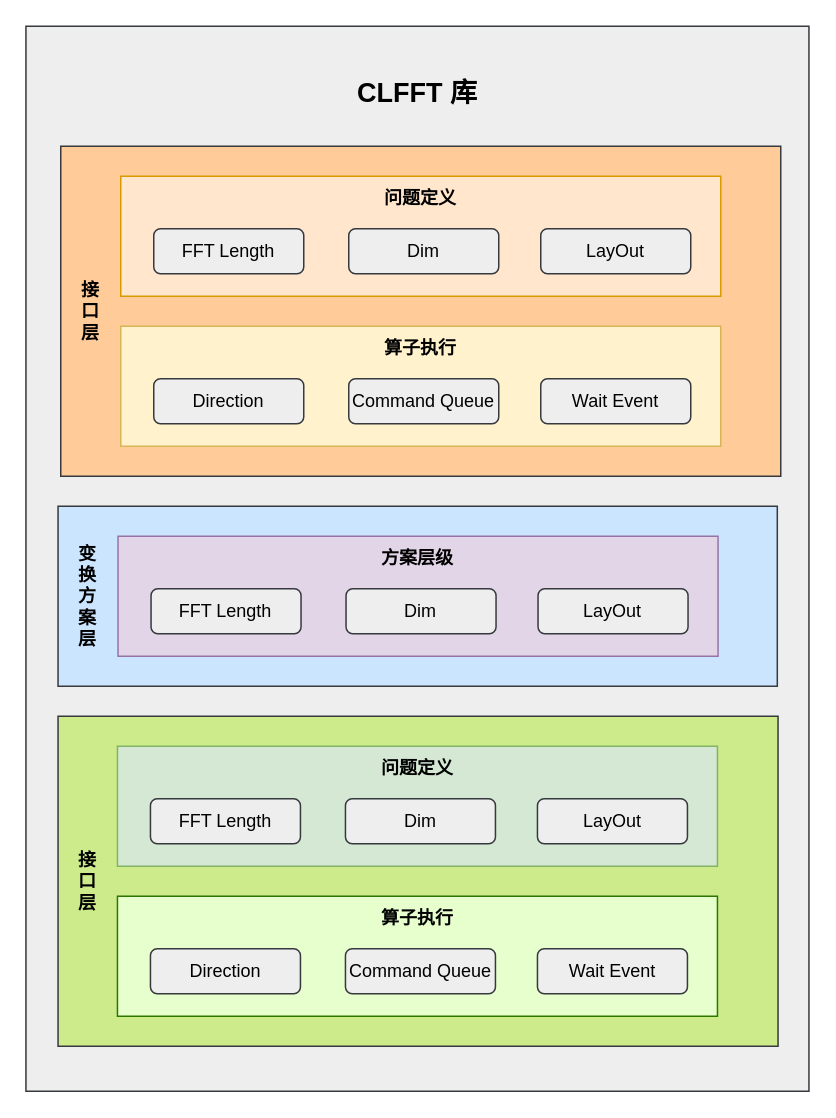
The draw.io diagram 未命名绘图.drawio in nkzwchen/DrawIo, before the edit. Source tidied: cells renumbered, new cells numbered last; positions are measured from the earlier drawing's top-left corner, leaving out a move shared by most shapes. Both pictures are drawn from the tidied source at 150%, with x=0, y=0 at pixel (26, 26).
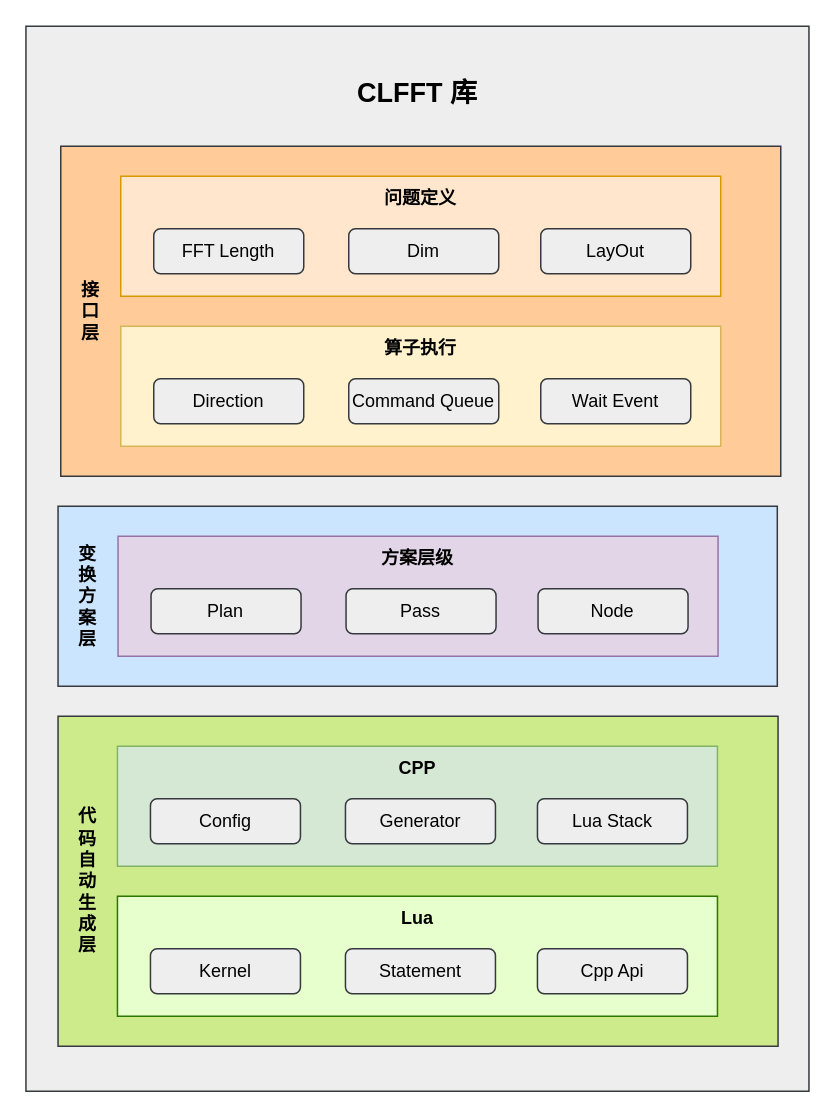
After the change.

Change to the diagram source:
```diff
@@
-    <mxCell id="19" value="FFT Length" style="rounded=1;whiteSpace=wrap;html=1;fillColor=#eeeeee;strokeColor=#36393d;" parent="1" vertex="1">
+    <mxCell id="19" value="Plan" style="rounded=1;whiteSpace=wrap;html=1;fillColor=#eeeeee;strokeColor=#36393d;" parent="1" vertex="1">
       <mxGeometry x="83.2" y="375" width="100" height="30" as="geometry" />
     </mxCell>
-    <mxCell id="20" value="Dim" style="rounded=1;whiteSpace=wrap;html=1;fillColor=#eeeeee;strokeColor=#36393d;" parent="1" vertex="1">
+    <mxCell id="20" value="Pass" style="rounded=1;whiteSpace=wrap;html=1;fillColor=#eeeeee;strokeColor=#36393d;" parent="1" vertex="1">
       <mxGeometry x="213.2" y="375" width="100" height="30" as="geometry" />
     </mxCell>
-    <mxCell id="21" value="LayOut" style="rounded=1;whiteSpace=wrap;html=1;fillColor=#eeeeee;strokeColor=#36393d;" parent="1" vertex="1">
+    <mxCell id="21" value="Node" style="rounded=1;whiteSpace=wrap;html=1;fillColor=#eeeeee;strokeColor=#36393d;" parent="1" vertex="1">
       <mxGeometry x="341.2" y="375" width="100" height="30" as="geometry" />
     </mxCell>
@@
-    <mxCell id="24" value="&lt;b&gt;接&lt;br&gt;口&lt;br&gt;层&lt;/b&gt;" style="text;strokeColor=none;align=center;fillColor=none;html=1;verticalAlign=middle;whiteSpace=wrap;rounded=0;" parent="1" vertex="1">
+    <mxCell id="24" value="&lt;b&gt;代&lt;br&gt;码&lt;br&gt;自&lt;br&gt;动&lt;br&gt;生&lt;br&gt;成&lt;br&gt;层&lt;br&gt;&lt;/b&gt;" style="text;strokeColor=none;align=center;fillColor=none;html=1;verticalAlign=middle;whiteSpace=wrap;rounded=0;" parent="1" vertex="1">
       <mxGeometry x="15.8" y="537.5" width="50" height="65" as="geometry" />
     </mxCell>
@@
-    <mxCell id="26" value="Direction" style="rounded=1;whiteSpace=wrap;html=1;fillColor=#eeeeee;strokeColor=#36393d;" parent="1" vertex="1">
+    <mxCell id="26" value="Kernel" style="rounded=1;whiteSpace=wrap;html=1;fillColor=#eeeeee;strokeColor=#36393d;" parent="1" vertex="1">
       <mxGeometry x="82.8" y="615" width="100" height="30" as="geometry" />
     </mxCell>
-    <mxCell id="27" value="Command Queue" style="rounded=1;whiteSpace=wrap;html=1;fillColor=#eeeeee;strokeColor=#36393d;" parent="1" vertex="1">
+    <mxCell id="27" value="Statement" style="rounded=1;whiteSpace=wrap;html=1;fillColor=#eeeeee;strokeColor=#36393d;" parent="1" vertex="1">
       <mxGeometry x="212.8" y="615" width="100" height="30" as="geometry" />
     </mxCell>
-    <mxCell id="28" value="Wait Event" style="rounded=1;whiteSpace=wrap;html=1;fillColor=#eeeeee;strokeColor=#36393d;" parent="1" vertex="1">
+    <mxCell id="28" value="Cpp Api" style="rounded=1;whiteSpace=wrap;html=1;fillColor=#eeeeee;strokeColor=#36393d;" parent="1" vertex="1">
       <mxGeometry x="340.8" y="615" width="100" height="30" as="geometry" />
     </mxCell>
-    <mxCell id="29" value="&lt;b&gt;算子执行&lt;/b&gt;" style="text;strokeColor=none;align=center;fillColor=none;html=1;verticalAlign=middle;whiteSpace=wrap;rounded=0;" parent="1" vertex="1">
+    <mxCell id="29" value="&lt;b&gt;Lua&lt;/b&gt;" style="text;strokeColor=none;align=center;fillColor=none;html=1;verticalAlign=middle;whiteSpace=wrap;rounded=0;" parent="1" vertex="1">
       <mxGeometry x="212.8" y="580" width="96" height="30" as="geometry" />
     </mxCell>
@@
-    <mxCell id="31" value="FFT Length" style="rounded=1;whiteSpace=wrap;html=1;fillColor=#eeeeee;strokeColor=#36393d;" parent="1" vertex="1">
+    <mxCell id="31" value="Config" style="rounded=1;whiteSpace=wrap;html=1;fillColor=#eeeeee;strokeColor=#36393d;" parent="1" vertex="1">
       <mxGeometry x="82.8" y="515" width="100" height="30" as="geometry" />
     </mxCell>
-    <mxCell id="32" value="Dim" style="rounded=1;whiteSpace=wrap;html=1;fillColor=#eeeeee;strokeColor=#36393d;" parent="1" vertex="1">
+    <mxCell id="32" value="Generator" style="rounded=1;whiteSpace=wrap;html=1;fillColor=#eeeeee;strokeColor=#36393d;" parent="1" vertex="1">
       <mxGeometry x="212.8" y="515" width="100" height="30" as="geometry" />
     </mxCell>
-    <mxCell id="33" value="LayOut" style="rounded=1;whiteSpace=wrap;html=1;fillColor=#eeeeee;strokeColor=#36393d;" parent="1" vertex="1">
+    <mxCell id="33" value="Lua Stack" style="rounded=1;whiteSpace=wrap;html=1;fillColor=#eeeeee;strokeColor=#36393d;" parent="1" vertex="1">
       <mxGeometry x="340.8" y="515" width="100" height="30" as="geometry" />
     </mxCell>
-    <mxCell id="34" value="&lt;b&gt;问题定义&lt;/b&gt;" style="text;strokeColor=none;align=center;fillColor=none;html=1;verticalAlign=middle;whiteSpace=wrap;rounded=0;" parent="1" vertex="1">
+    <mxCell id="34" value="&lt;b&gt;CPP&lt;/b&gt;" style="text;strokeColor=none;align=center;fillColor=none;html=1;verticalAlign=middle;whiteSpace=wrap;rounded=0;" parent="1" vertex="1">
       <mxGeometry x="212.8" y="480" width="96" height="30" as="geometry" />
     </mxCell>
```
